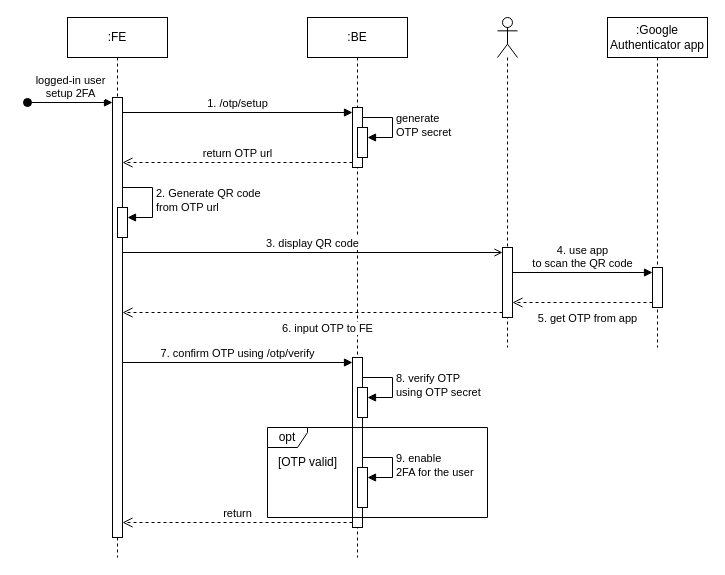
This is page "enable 2FA" (1 of 2) of 2FA-flow.drawio from hotrdung/storage, a draw.io file, before an edit. Source tidied: cells renumbered, new cells numbered last; positions are measured from the earlier drawing's top-left corner, leaving out a move shared by most shapes. Both pictures are drawn from the tidied source at 100%, with x=0, y=0 at pixel (27, 17).
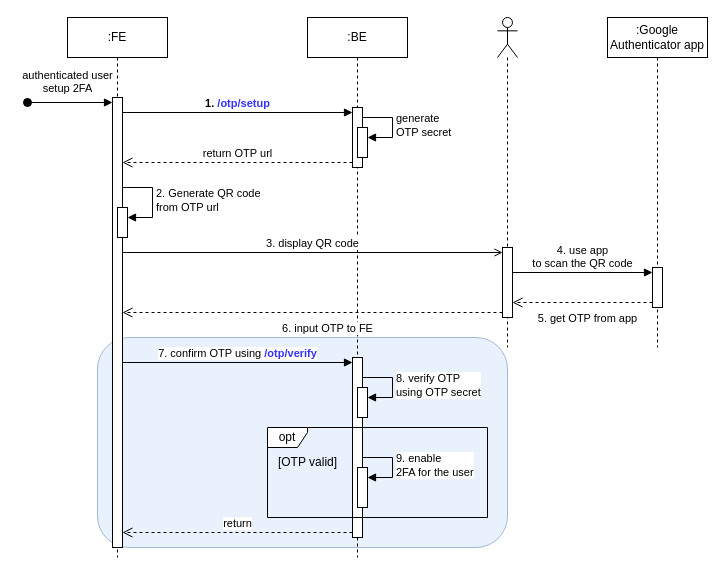
Above is the later version.

The change refers to these unchanged cells:
```xml
<mxCell id="2" value=":FE" style="shape=umlLifeline;perimeter=lifelinePerimeter;whiteSpace=wrap;html=1;newEdgeStyle={&quot;curved&quot;:0,&quot;rounded&quot;:0};" parent="1" vertex="1">
  <mxGeometry x="40" width="100" height="540" as="geometry" />
</mxCell>
<mxCell id="7" value=":BE" style="shape=umlLifeline;perimeter=lifelinePerimeter;whiteSpace=wrap;html=1;newEdgeStyle={&quot;curved&quot;:0,&quot;rounded&quot;:0};" parent="1" vertex="1">
  <mxGeometry x="280" width="100" height="540" as="geometry" />
</mxCell>
<mxCell id="8" style="html=1;points=[[0,0,0,0,5],[0,1,0,0,-5],[1,0,0,0,5],[1,1,0,0,-5]];perimeter=orthogonalPerimeter;outlineConnect=0;targetShapes=umlLifeline;portConstraint=eastwest;newEdgeStyle={&quot;curved&quot;:0,&quot;rounded&quot;:0};" parent="7" vertex="1">
  <mxGeometry x="45" y="90" width="10" height="60" as="geometry" />
</mxCell>
```

Diff of the diagram source:
```diff
@@
+    <mxCell id="30" style="rounded=1;whiteSpace=wrap;html=1;fillColor=#dae8fc;strokeColor=#6c8ebf;opacity=60;" parent="1" vertex="1">
+      <mxGeometry x="70" y="320" width="410" height="210" as="geometry" />
+    </mxCell>
@@
     <mxCell id="3" style="html=1;points=[[0,0,0,0,5],[0,1,0,0,-5],[1,0,0,0,5],[1,1,0,0,-5]];perimeter=orthogonalPerimeter;outlineConnect=0;targetShapes=umlLifeline;portConstraint=eastwest;newEdgeStyle={&quot;curved&quot;:0,&quot;rounded&quot;:0};" parent="2" vertex="1">
-      <mxGeometry x="45" y="80" width="10" height="440" as="geometry" />
+      <mxGeometry x="45" y="80" width="10" height="450" as="geometry" />
     </mxCell>
-    <mxCell id="4" value="logged-in user&lt;div&gt;setup 2FA&lt;/div&gt;" style="html=1;verticalAlign=bottom;startArrow=oval;endArrow=block;startSize=8;curved=0;rounded=0;entryX=0;entryY=0;entryDx=0;entryDy=5;" parent="2" edge="1" target="3">
-      <mxGeometry relative="1" as="geometry">
+    <mxCell id="4" value="authenticated user&lt;div&gt;setup 2FA&lt;/div&gt;" style="html=1;verticalAlign=bottom;startArrow=oval;endArrow=block;startSize=8;curved=0;rounded=0;entryX=0;entryY=0;entryDx=0;entryDy=5;" parent="2" edge="1" target="3">
+      <mxGeometry x="-0.06" y="5" relative="1" as="geometry">
         <mxPoint x="-40" y="85" as="sourcePoint" />
       </mxGeometry>
     </mxCell>
@@
     <mxCell id="9" style="html=1;points=[[0,0,0,0,5],[0,1,0,0,-5],[1,0,0,0,5],[1,1,0,0,-5]];perimeter=orthogonalPerimeter;outlineConnect=0;targetShapes=umlLifeline;portConstraint=eastwest;newEdgeStyle={&quot;curved&quot;:0,&quot;rounded&quot;:0};" parent="7" vertex="1">
-      <mxGeometry x="45" y="340" width="10" height="170" as="geometry" />
+      <mxGeometry x="45" y="340" width="10" height="180" as="geometry" />
     </mxCell>
@@
-    <mxCell id="16" value="1.&amp;nbsp;/otp/setup" style="html=1;verticalAlign=bottom;endArrow=block;curved=0;rounded=0;entryX=0;entryY=0;entryDx=0;entryDy=5;" parent="1" edge="1" source="3" target="8">
+    <mxCell id="16" value="&lt;b&gt;1.&amp;nbsp;&lt;font style=&quot;color: rgb(51, 51, 255);&quot;&gt;/otp/setup&lt;/font&gt;&lt;/b&gt;" style="html=1;verticalAlign=bottom;endArrow=block;curved=0;rounded=0;entryX=0;entryY=0;entryDx=0;entryDy=5;" parent="1" edge="1" source="3" target="8">
       <mxGeometry relative="1" as="geometry" />
     </mxCell>
@@
-    <mxCell id="26" value="7. confirm OTP using /otp/verify" style="html=1;verticalAlign=bottom;endArrow=block;curved=0;rounded=0;entryX=0;entryY=0;entryDx=0;entryDy=5;" parent="1" edge="1" source="3" target="9">
+    <mxCell id="26" value="7. confirm OTP using &lt;b&gt;&lt;font style=&quot;color: rgb(51, 51, 255);&quot;&gt;/otp/verify&lt;/font&gt;&lt;/b&gt;" style="html=1;verticalAlign=bottom;endArrow=block;curved=0;rounded=0;entryX=0;entryY=0;entryDx=0;entryDy=5;" parent="1" edge="1" source="3" target="9">
       <mxGeometry relative="1" as="geometry" />
     </mxCell>
```
